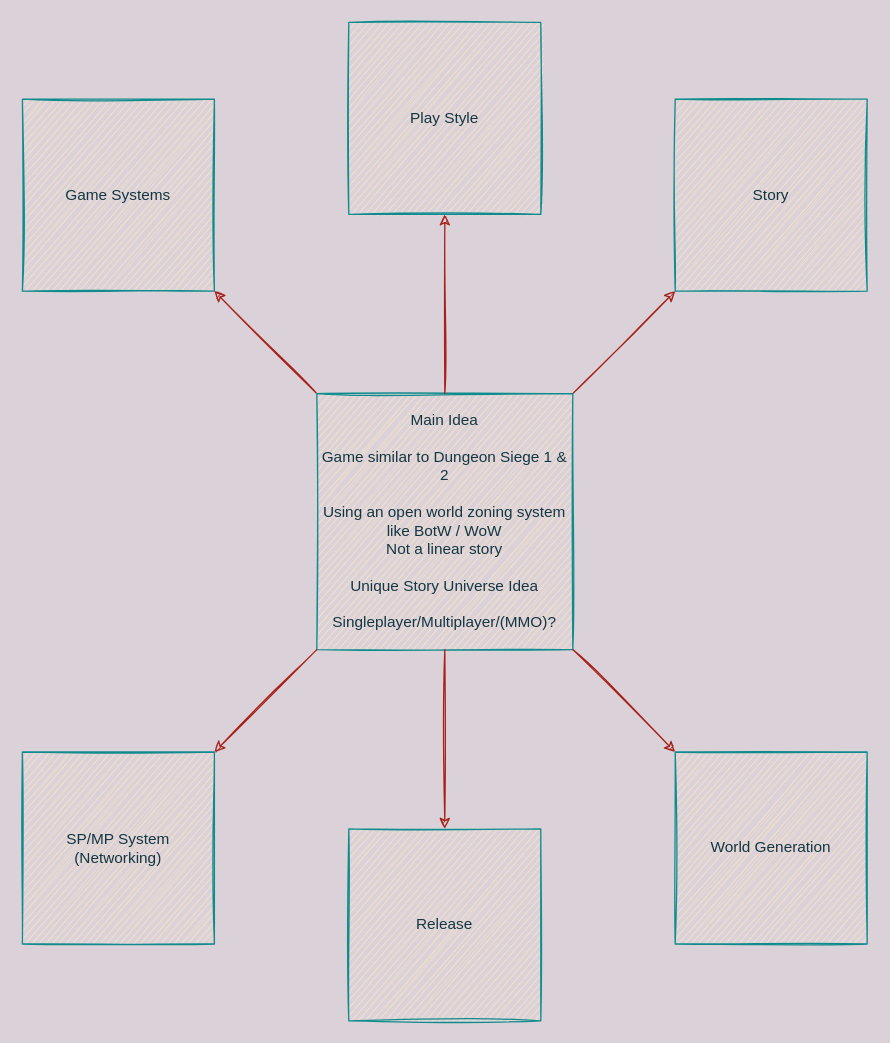
Saincrad95/RPG_Game_Idea keeps this draw.io diagram as page "Main Idea" (1 of 2) of Game Design Base.drawio. Above is the earlier version. Source tidied: cells renumbered, new cells numbered last; positions are measured from the earlier drawing's top-left corner, leaving out a move shared by most shapes. Both pictures are drawn from the tidied source at 128%, with x=0, y=0 at pixel (22, 22).
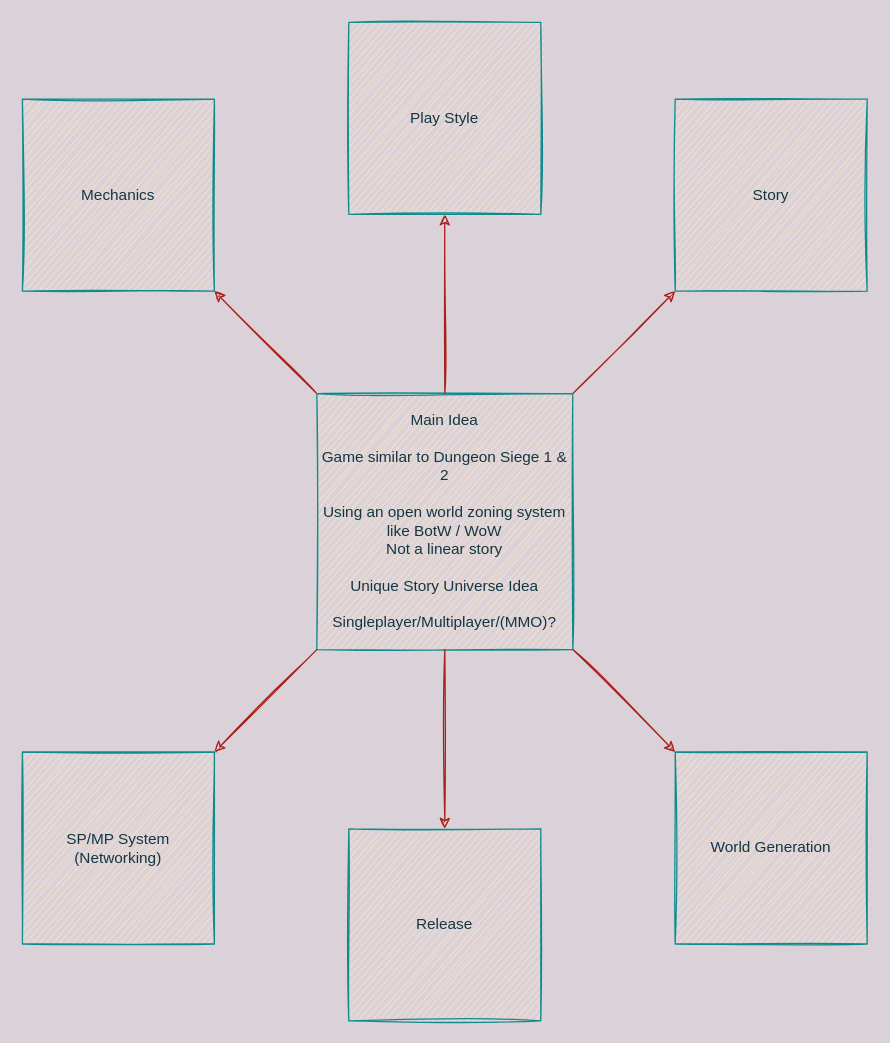
The same diagram, later.

Commit message (it also covers changes not shown here):
Updated Game Mechanics Flow

Diff of the diagram source:
```diff
@@
 <mxGraphModel background="#DAD2D8">
   <root>
     <mxCell id="0" />
     <mxCell id="1" parent="0" />
     <mxCell id="2" style="endArrow=classic;html=1;exitX=0;exitY=0;exitDx=0;exitDy=0;entryX=1;entryY=1;entryDx=0;entryDy=0;labelBackgroundColor=#DAD2D8;strokeColor=#A8201A;fontColor=#143642;sketch=1;" parent="1" edge="1" source="6" target="3">
       <mxGeometry relative="1" as="geometry" />
     </mxCell>
-    <mxCell id="3" value="Game Systems" style="whiteSpace=wrap;html=1;fillColor=#FAE5C7;strokeColor=#0F8B8D;fontColor=#143642;sketch=1;" parent="1" vertex="1">
+    <mxCell id="3" value="Mechanics" style="whiteSpace=wrap;html=1;fillColor=#FAE5C7;strokeColor=#0F8B8D;fontColor=#143642;sketch=1;" parent="1" vertex="1">
       <mxGeometry y="60" width="150" height="150" as="geometry" />
     </mxCell>
     <mxCell id="4" style="endArrow=classic;html=1;exitX=1;exitY=0;exitDx=0;exitDy=0;entryX=0;entryY=1;entryDx=0;entryDy=0;labelBackgroundColor=#DAD2D8;strokeColor=#A8201A;fontColor=#143642;sketch=1;" parent="1" edge="1" source="6" target="5">
       <mxGeometry relative="1" as="geometry" />
     </mxCell>
     <mxCell id="5" value="Story" style="whiteSpace=wrap;html=1;fillColor=#FAE5C7;strokeColor=#0F8B8D;fontColor=#143642;sketch=1;" parent="1" vertex="1">
       <mxGeometry x="510" y="60" width="150" height="150" as="geometry" />
     </mxCell>
     <mxCell id="6" value="Main Idea&lt;br&gt;&lt;br&gt;Game similar to Dungeon Siege 1 &amp;amp; 2&lt;br&gt;&lt;br&gt;Using an open world zoning system like BotW / WoW&lt;br&gt;Not a linear story&lt;br&gt;&lt;br&gt;Unique Story Universe Idea&lt;br&gt;&lt;br&gt;Singleplayer/Multiplayer/(MMO)?" style="whiteSpace=wrap;html=1;fillColor=#FAE5C7;strokeColor=#0F8B8D;fontColor=#143642;sketch=1;" parent="1" vertex="1">
       <mxGeometry x="230" y="290" width="200" height="200" as="geometry" />
     </mxCell>
     <mxCell id="7" style="endArrow=classic;html=1;exitX=0;exitY=1;exitDx=0;exitDy=0;entryX=1;entryY=0;entryDx=0;entryDy=0;labelBackgroundColor=#DAD2D8;strokeColor=#A8201A;fontColor=#143642;sketch=1;" parent="1" edge="1" source="6" target="8">
       <mxGeometry relative="1" as="geometry" />
     </mxCell>
     <mxCell id="8" value="SP/MP System&lt;br&gt;(Networking)" style="whiteSpace=wrap;html=1;fillColor=#FAE5C7;strokeColor=#0F8B8D;fontColor=#143642;sketch=1;" parent="1" vertex="1">
       <mxGeometry y="570" width="150" height="150" as="geometry" />
     </mxCell>
     <mxCell id="9" style="endArrow=classic;html=1;exitX=1;exitY=1;exitDx=0;exitDy=0;entryX=0;entryY=0;entryDx=0;entryDy=0;labelBackgroundColor=#DAD2D8;strokeColor=#A8201A;fontColor=#143642;sketch=1;" parent="1" edge="1" source="6" target="10">
       <mxGeometry relative="1" as="geometry" />
     </mxCell>
     <mxCell id="10" value="World Generation" style="whiteSpace=wrap;html=1;fillColor=#FAE5C7;strokeColor=#0F8B8D;fontColor=#143642;sketch=1;" parent="1" vertex="1">
       <mxGeometry x="510" y="570" width="150" height="150" as="geometry" />
     </mxCell>
     <mxCell id="11" style="endArrow=classic;html=1;exitX=0.5;exitY=1;exitDx=0;exitDy=0;entryX=0.5;entryY=0;entryDx=0;entryDy=0;labelBackgroundColor=#DAD2D8;strokeColor=#A8201A;fontColor=#143642;sketch=1;" parent="1" edge="1" source="6" target="12">
       <mxGeometry relative="1" as="geometry" />
     </mxCell>
     <mxCell id="12" value="Release" style="rounded=0;whiteSpace=wrap;html=1;fillColor=#FAE5C7;strokeColor=#0F8B8D;fontColor=#143642;sketch=1;" parent="1" vertex="1">
       <mxGeometry x="255" y="630" width="150" height="150" as="geometry" />
     </mxCell>
     <mxCell id="13" style="endArrow=classic;html=1;fontColor=#143642;strokeColor=#A8201A;fillColor=#FAE5C7;exitX=0.5;exitY=0;exitDx=0;exitDy=0;entryX=0.5;entryY=1;entryDx=0;entryDy=0;sketch=1;" parent="1" edge="1" source="6" target="14">
       <mxGeometry relative="1" as="geometry" />
     </mxCell>
     <mxCell id="14" value="Play Style" style="rounded=0;whiteSpace=wrap;html=1;fontColor=#143642;strokeColor=#0F8B8D;fillColor=#FAE5C7;sketch=1;" parent="1" vertex="1">
       <mxGeometry x="255" width="150" height="150" as="geometry" />
     </mxCell>
   </root>
 </mxGraphModel>
```
